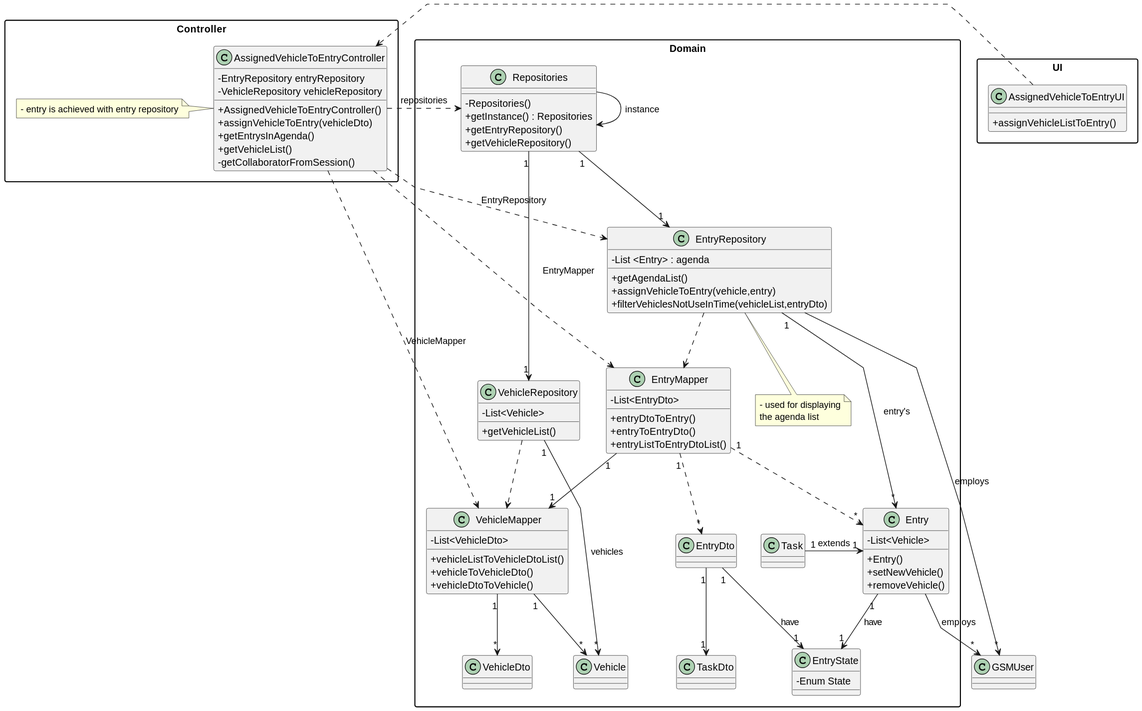
Above: docs/sprintC/us026/03.design/svg/us026-class-diagram.svg in francisc-o-liveira/lei-24-s2-1dp-g163 (PlantUML), before the change. Its diagram source:
```plantuml
@startuml
skinparam packageStyle rectangle
skinparam shadowing false
skinparam linetype polyline

skinparam classAttributeIconSize 0


package "Domain" {
class Entry {
    - List<Vehicle>
    + Entry()
    + setNewVehicle()
    + removeVehicle()
}

class EntryState{
    -Enum State
}

class TaskDto{
}
class EntryRepository {
    - List <Entry> : agenda

    + getAgendaList()
    + assignVehicleToEntry(vehicle,entry)
    + filterVehiclesNotUseInTime(vehicleList,entryDto)
}


note bottom of EntryRepository
    - used for displaying
    the agenda list
end note

class VehicleRepository{
    - List<Vehicle>

    + getVehicleList()
}

class Vehicle {
}


class Repositories {
    - Repositories()
    + getInstance() : Repositories
    + getEntryRepository()
    + getVehicleRepository()
}

class EntryMapper{
    - List<EntryDto>
    + entryDtoToEntry()
    + entryToEntryDto()
    + entryListToEntryDtoList()
}

class Task{
}

class EntryDto{
}

class VehicleMapper{
    - List<VehicleDto>
    + vehicleListToVehicleDtoList()
    + vehicleToVehicleDto()
    + vehicleDtoToVehicle()
}

class VehicleDto{
}

}



class GSMUser {
}


package "Controller"{

class AssignedVehicleToEntryController {
    - EntryRepository entryRepository
    - VehicleRepository vehicleRepository
    + AssignedVehicleToEntryController()
    + assignVehicleToEntry(vehicleDto)
    + getEntrysInAgenda()
    + getVehicleList()
    - getCollaboratorFromSession()
}

note left of AssignedVehicleToEntryController
    - entry is achieved with entry repository
end note


}



package "UI"{

class AssignedVehicleToEntryUI {
    + assignVehicleListToEntry()
}

}
Repositories -> Repositories : instance


AssignedVehicleToEntryUI .> AssignedVehicleToEntryController

AssignedVehicleToEntryController .> Repositories : repositories
Repositories "1" --> "1" EntryRepository
Repositories "1" --> "1" VehicleRepository

AssignedVehicleToEntryController ..> EntryRepository : EntryRepository
AssignedVehicleToEntryController ..> EntryMapper : EntryMapper
AssignedVehicleToEntryController ..> VehicleMapper : VehicleMapper

EntryMapper "1" ..> "*" EntryDto
EntryMapper "1" ..> "*" Entry

VehicleRepository "1" --> "*" Vehicle : vehicles
VehicleMapper "1" --> "*" Vehicle
EntryMapper "1" --> "1" VehicleMapper
EntryRepository "1" --> "*" Entry : entry's
EntryRepository --> "*" GSMUser : employs
EntryRepository ..> EntryMapper
VehicleRepository ..> VehicleMapper

VehicleMapper "1" --> "*" VehicleDto

Entry --> "*" GSMUser : employs
Task "1" -> "1" Entry : extends

Entry "1" --> "1" EntryState : have
EntryDto "1" --> "1" EntryState : have
EntryDto "1" --> "1" TaskDto
@enduml
```
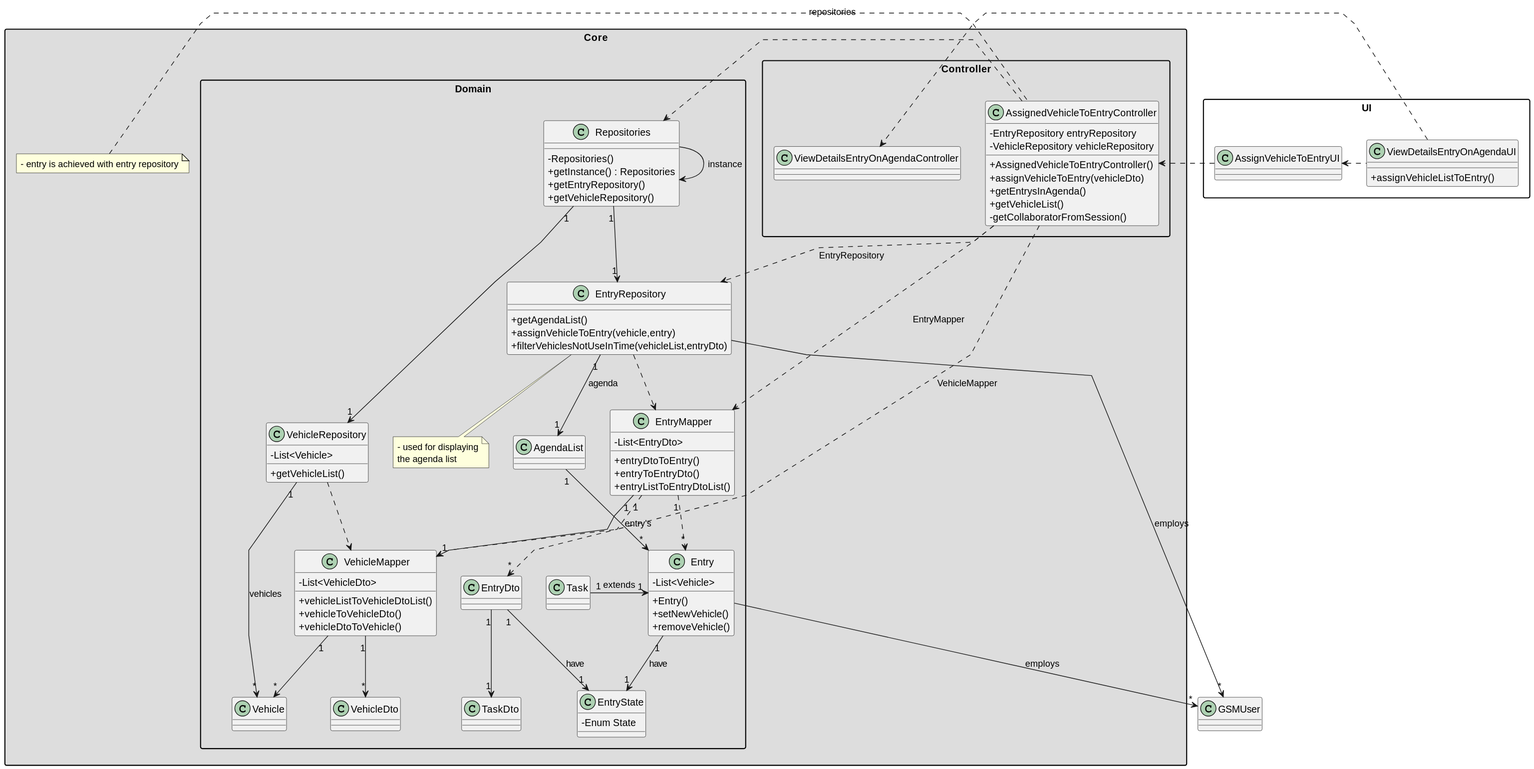
The same file after the commit.

What changed in the source:
```diff
@@ -5,7 +5,7 @@
 
 skinparam classAttributeIconSize 0
 
-
+package "Core" #DDDDDD{
 package "Domain" {
 class Entry {
     - List<Vehicle>
@@ -21,11 +21,13 @@
 class TaskDto{
 }
 class EntryRepository {
-    - List <Entry> : agenda
 
     + getAgendaList()
     + assignVehicleToEntry(vehicle,entry)
     + filterVehiclesNotUseInTime(vehicleList,entryDto)
+}
+
+class AgendaList{
 }
 
 
@@ -78,11 +80,12 @@
 
 
 
-class GSMUser {
-}
 
 
 package "Controller"{
+
+class ViewDetailsEntryOnAgendaController{
+}
 
 class AssignedVehicleToEntryController {
     - EntryRepository entryRepository
@@ -93,6 +96,7 @@
     + getVehicleList()
     - getCollaboratorFromSession()
 }
+}
 
 note left of AssignedVehicleToEntryController
     - entry is achieved with entry repository
@@ -101,19 +105,25 @@
 
 }
 
-
+class GSMUser {
+}
 
 package "UI"{
-
-class AssignedVehicleToEntryUI {
+class ViewDetailsEntryOnAgendaUI {
     + assignVehicleListToEntry()
 }
 
+class AssignVehicleToEntryUI{
+}
 }
 Repositories -> Repositories : instance
 
+AssignVehicleToEntryUI <. ViewDetailsEntryOnAgendaUI
 
-AssignedVehicleToEntryUI .> AssignedVehicleToEntryController
+ViewDetailsEntryOnAgendaUI .> ViewDetailsEntryOnAgendaController
+
+
+AssignVehicleToEntryUI .> AssignedVehicleToEntryController
 
 AssignedVehicleToEntryController .> Repositories : repositories
 Repositories "1" --> "1" EntryRepository
@@ -129,7 +139,8 @@
 VehicleRepository "1" --> "*" Vehicle : vehicles
 VehicleMapper "1" --> "*" Vehicle
 EntryMapper "1" --> "1" VehicleMapper
-EntryRepository "1" --> "*" Entry : entry's
+EntryRepository "1" --> "1" AgendaList : agenda
+AgendaList "1" --> "*" Entry : entry's
 EntryRepository --> "*" GSMUser : employs
 EntryRepository ..> EntryMapper
 VehicleRepository ..> VehicleMapper
```
